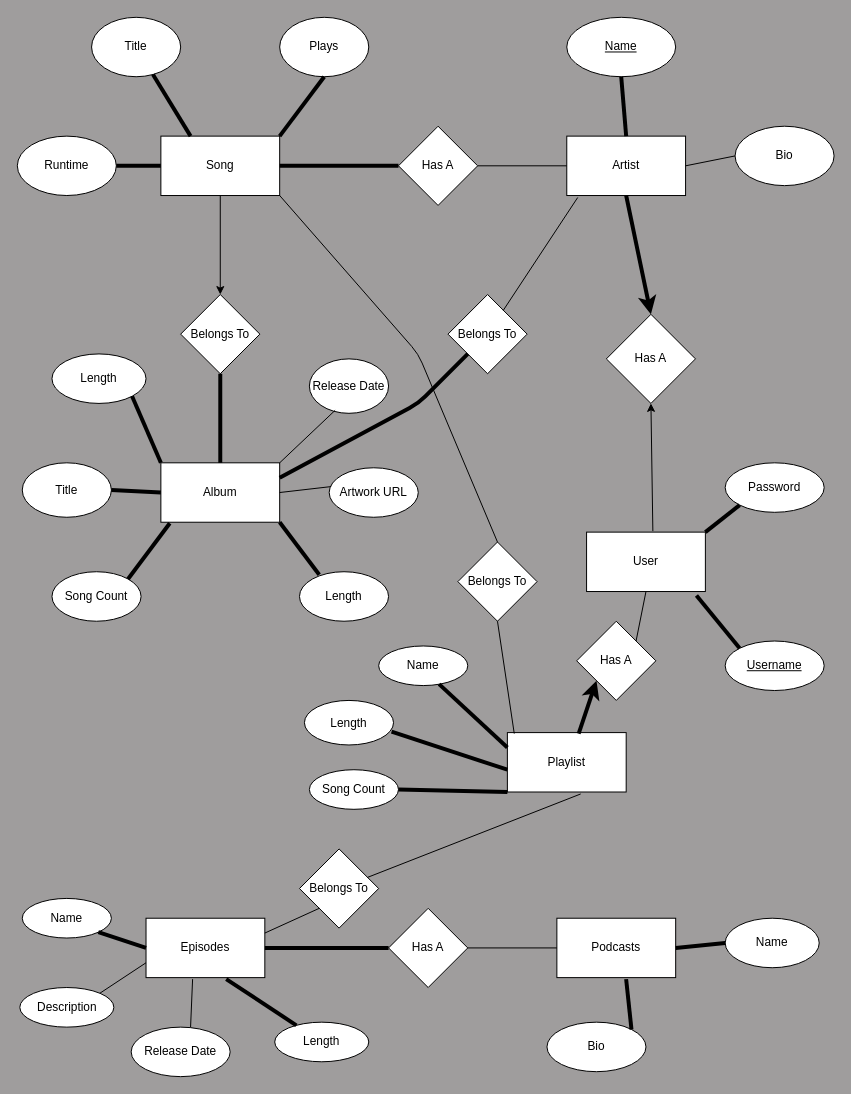
Before: diagrams_notes/ER_diagram.drawio in gmnoe/music_app, a draw.io diagram. Source tidied: cells renumbered, new cells numbered last; positions are measured from the earlier drawing's top-left corner, leaving out a move shared by most shapes. Both pictures are drawn from the tidied source at 99%, with x=0, y=0 at pixel (17, 17).
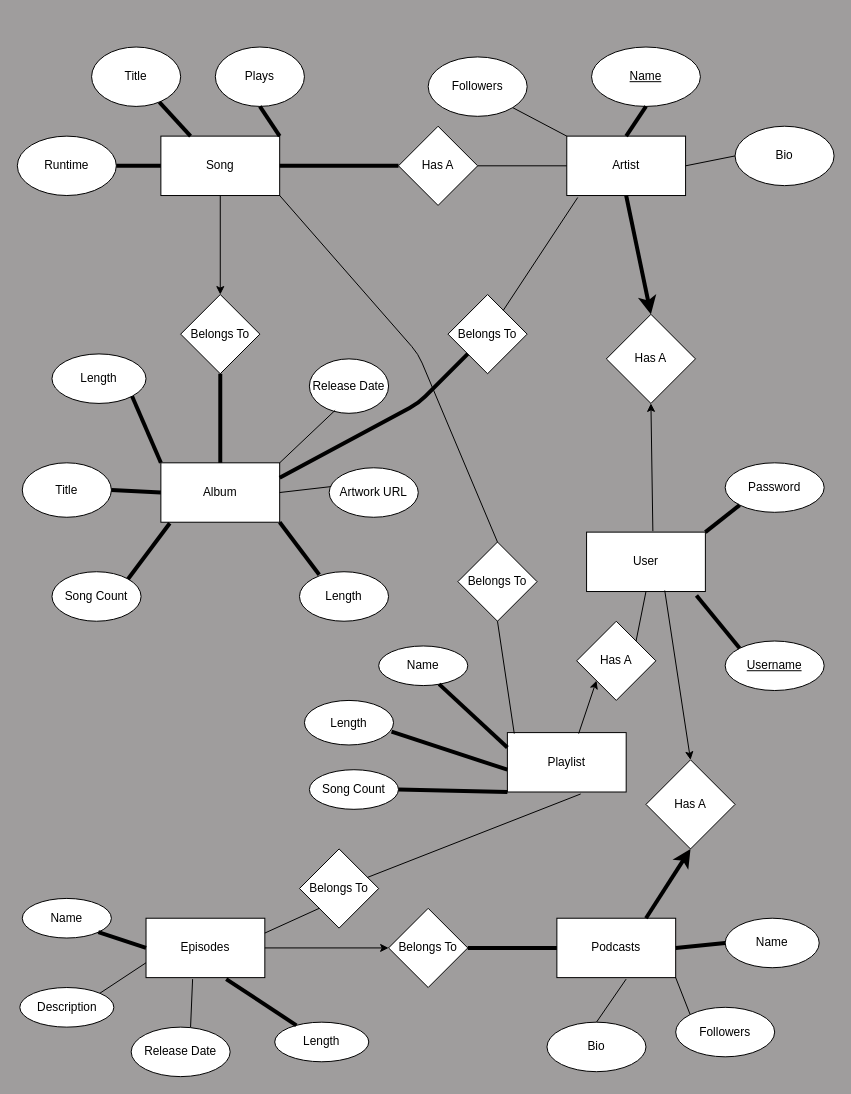
The same diagram, later.

Commit message (it also covers changes not shown here):
Table relationships, updated ER

Unchanged cells that the change refers to:
```xml
<mxCell id="2" value="Playlist" style="rounded=0;whiteSpace=wrap;html=1;" parent="1" vertex="1">
  <mxGeometry x="495" y="722.5" width="120" height="60" as="geometry" />
</mxCell>
<mxCell id="3" value="Episodes" style="rounded=0;whiteSpace=wrap;html=1;" parent="1" vertex="1">
  <mxGeometry x="130" y="910" width="120" height="60" as="geometry" />
</mxCell>
<mxCell id="5" value="User" style="rounded=0;whiteSpace=wrap;html=1;" parent="1" vertex="1">
  <mxGeometry x="575" y="520" width="120" height="60" as="geometry" />
</mxCell>
<mxCell id="6" value="Artist" style="rounded=0;whiteSpace=wrap;html=1;" parent="1" vertex="1">
  <mxGeometry x="555" y="120" width="120" height="60" as="geometry" />
</mxCell>
<mxCell id="7" value="Podcasts" style="rounded=0;whiteSpace=wrap;html=1;" parent="1" vertex="1">
  <mxGeometry x="545" y="910" width="120" height="60" as="geometry" />
</mxCell>
<mxCell id="21" value="Bio" style="ellipse;whiteSpace=wrap;html=1;rounded=0;" parent="1" vertex="1">
  <mxGeometry x="535" y="1015" width="100" height="50" as="geometry" />
</mxCell>
<mxCell id="56" value="Has A" style="rhombus;whiteSpace=wrap;html=1;strokeColor=default;strokeWidth=1;" parent="1" vertex="1">
  <mxGeometry x="565" y="610" width="80" height="80" as="geometry" />
</mxCell>
```

The edit, as a diff of the source:
```diff
@@
     <mxCell id="8" value="Title" style="ellipse;whiteSpace=wrap;html=1;rounded=0;" parent="1" vertex="1">
-      <mxGeometry x="75" width="90" height="60" as="geometry" />
+      <mxGeometry x="75" y="30" width="90" height="60" as="geometry" />
     </mxCell>
@@
     <mxCell id="13" value="&lt;u&gt;Name&lt;/u&gt;" style="ellipse;whiteSpace=wrap;html=1;rounded=0;" parent="1" vertex="1">
-      <mxGeometry x="555" width="110" height="60" as="geometry" />
+      <mxGeometry x="580" y="30" width="110" height="60" as="geometry" />
     </mxCell>
@@
     <mxCell id="27" value="Plays" style="ellipse;whiteSpace=wrap;html=1;rounded=0;" parent="1" vertex="1">
-      <mxGeometry x="265" width="90" height="60" as="geometry" />
+      <mxGeometry x="200" y="30" width="90" height="60" as="geometry" />
     </mxCell>
@@
-    <mxCell id="57" style="endArrow=classic;html=1;strokeWidth=4;entryX=0;entryY=1;entryDx=0;entryDy=0;exitX=0.6;exitY=0.017;exitDx=0;exitDy=0;exitPerimeter=0;" parent="1" edge="1" source="2" target="56">
+    <mxCell id="57" style="endArrow=classic;html=1;strokeWidth=1;entryX=0;entryY=1;entryDx=0;entryDy=0;exitX=0.6;exitY=0.017;exitDx=0;exitDy=0;exitPerimeter=0;" parent="1" edge="1" source="2" target="56">
       <mxGeometry relative="1" as="geometry" />
     </mxCell>
@@
-    <mxCell id="65" value="Has A" style="rhombus;whiteSpace=wrap;html=1;strokeColor=default;strokeWidth=1;" parent="1" vertex="1">
+    <mxCell id="65" value="Belongs To" style="rhombus;whiteSpace=wrap;html=1;strokeColor=default;strokeWidth=1;" parent="1" vertex="1">
       <mxGeometry x="375" y="900" width="80" height="80" as="geometry" />
     </mxCell>
-    <mxCell id="66" style="endArrow=none;html=1;strokeWidth=4;exitX=1;exitY=0.5;exitDx=0;exitDy=0;entryX=0;entryY=0.5;entryDx=0;entryDy=0;" parent="1" edge="1" source="3" target="65">
-      <mxGeometry relative="1" as="geometry" />
-    </mxCell>
-    <mxCell id="67" style="endArrow=none;html=1;strokeWidth=1;entryX=0;entryY=0.5;entryDx=0;entryDy=0;exitX=1;exitY=0.5;exitDx=0;exitDy=0;" parent="1" edge="1" source="65" target="7">
+    <mxCell id="67" style="endArrow=none;html=1;strokeWidth=4;entryX=0;entryY=0.5;entryDx=0;entryDy=0;exitX=1;exitY=0.5;exitDx=0;exitDy=0;" parent="1" edge="1" source="65" target="7">
       <mxGeometry relative="1" as="geometry" />
     </mxCell>
@@
-    <mxCell id="69" style="endArrow=none;html=1;strokeWidth=4;entryX=0.583;entryY=1.025;entryDx=0;entryDy=0;entryPerimeter=0;exitX=1;exitY=0;exitDx=0;exitDy=0;" parent="1" edge="1" source="21" target="7">
+    <mxCell id="69" style="endArrow=none;html=1;strokeWidth=1;entryX=0.583;entryY=1.025;entryDx=0;entryDy=0;entryPerimeter=0;exitX=0.5;exitY=0;exitDx=0;exitDy=0;" parent="1" edge="1" source="21" target="7">
       <mxGeometry relative="1" as="geometry" />
     </mxCell>
@@
+    <mxCell id="77" value="Followers" style="ellipse;whiteSpace=wrap;html=1;rounded=0;" parent="1" vertex="1">
+      <mxGeometry x="415" y="40" width="100" height="60" as="geometry" />
+    </mxCell>
+    <mxCell id="78" style="endArrow=none;html=1;strokeWidth=1;entryX=0;entryY=0;entryDx=0;entryDy=0;exitX=1;exitY=1;exitDx=0;exitDy=0;" parent="1" edge="1" source="77" target="6">
+      <mxGeometry relative="1" as="geometry" />
+    </mxCell>
+    <mxCell id="79" value="Has A" style="rhombus;whiteSpace=wrap;html=1;" parent="1" vertex="1">
+      <mxGeometry x="635" y="750" width="90" height="90" as="geometry" />
+    </mxCell>
+    <mxCell id="80" style="endArrow=classic;html=1;entryX=0.5;entryY=0;entryDx=0;entryDy=0;exitX=0.658;exitY=0.983;exitDx=0;exitDy=0;exitPerimeter=0;" parent="1" edge="1" source="5" target="79">
+      <mxGeometry relative="1" as="geometry" />
+    </mxCell>
+    <mxCell id="81" style="endArrow=classic;html=1;exitX=0.75;exitY=0;exitDx=0;exitDy=0;entryX=0.5;entryY=1;entryDx=0;entryDy=0;strokeWidth=4;" parent="1" edge="1" source="7" target="79">
+      <mxGeometry relative="1" as="geometry" />
+    </mxCell>
+    <mxCell id="82" value="Followers" style="ellipse;whiteSpace=wrap;html=1;rounded=0;" parent="1" vertex="1">
+      <mxGeometry x="665" y="1000" width="100" height="50" as="geometry" />
+    </mxCell>
+    <mxCell id="83" style="endArrow=none;html=1;entryX=0;entryY=0;entryDx=0;entryDy=0;exitX=1;exitY=1;exitDx=0;exitDy=0;" parent="1" edge="1" source="7" target="82">
+      <mxGeometry relative="1" as="geometry" />
+    </mxCell>
+    <mxCell id="66" style="endArrow=classic;html=1;exitX=1;exitY=0.5;exitDx=0;exitDy=0;entryX=0;entryY=0.5;entryDx=0;entryDy=0;strokeWidth=1;" parent="1" edge="1" source="3" target="65">
+      <mxGeometry relative="1" as="geometry" />
+    </mxCell>
```
